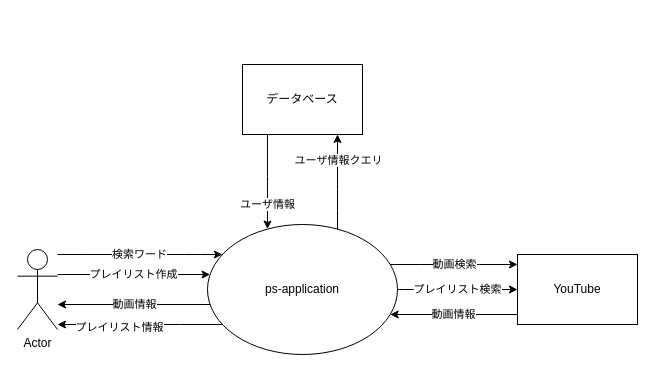
The draw.io diagram docs/context-diagram.drawio in toki0902/psApp_Nextjs, before the edit. Source tidied: cells renumbered, new cells numbered last; positions are measured from the earlier drawing's top-left corner, leaving out a move shared by most shapes. Both pictures are drawn from the tidied source at 100%, with x=0, y=0 at pixel (17, 64).
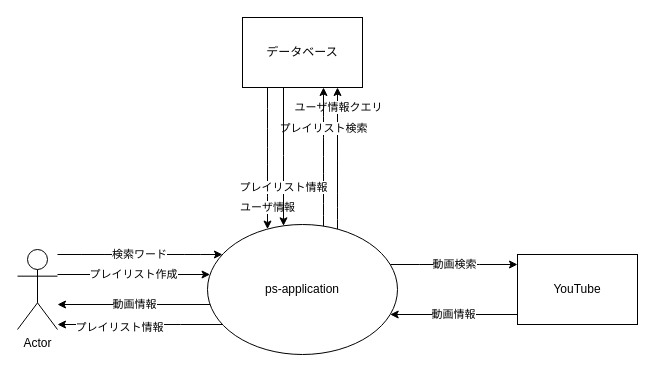
After the change.

Commit message (it also covers changes not shown here):
💬 er図を仮で完成させました。

Unchanged cells that the change refers to:
```xml
<mxCell id="2" style="edgeStyle=orthogonalEdgeStyle;curved=1;jumpStyle=arc;html=1;startArrow=none;startFill=0;endArrow=classic;endFill=1;" parent="1" edge="1" source="9" target="11">
  <mxGeometry relative="1" as="geometry">
    <Array as="points">
      <mxPoint x="320" y="130" />
      <mxPoint x="320" y="130" />
    </Array>
  </mxGeometry>
</mxCell>
<mxCell id="9" value="ps-application" style="ellipse;whiteSpace=wrap;html=1;" parent="1" vertex="1">
  <mxGeometry x="190" y="160" width="190" height="130" as="geometry" />
</mxCell>
<mxCell id="13" value="YouTube" style="rounded=0;whiteSpace=wrap;html=1;" parent="1" vertex="1">
  <mxGeometry x="500" y="190" width="120" height="70" as="geometry" />
</mxCell>
```

What changed in the source:
```diff
@@
     <mxCell id="3" value="ユーザ情報クエリ" style="edgeLabel;html=1;align=center;verticalAlign=middle;" parent="2" vertex="1">
       <mxGeometry relative="1" as="geometry">
-        <mxPoint y="-22" as="offset" />
+        <mxPoint y="-51" as="offset" />
       </mxGeometry>
     </mxCell>
@@
-    <mxCell id="5" value="プレイリスト検索" style="edgeStyle=orthogonalEdgeStyle;curved=1;jumpStyle=arc;html=1;startArrow=none;startFill=0;endArrow=classic;endFill=1;" parent="1" edge="1" source="9" target="13">
-      <mxGeometry relative="1" as="geometry" />
+    <mxCell id="5" value="プレイリスト検索" style="edgeStyle=orthogonalEdgeStyle;curved=1;jumpStyle=arc;html=1;startArrow=none;startFill=0;endArrow=classic;endFill=1;" parent="1" edge="1" source="9" target="11">
+      <mxGeometry x="0.42" relative="1" as="geometry">
+        <Array as="points">
+          <mxPoint x="306" y="123" />
+          <mxPoint x="306" y="123" />
+        </Array>
+      </mxGeometry>
     </mxCell>
@@
     <mxCell id="10" value="ユーザ情報" style="edgeStyle=orthogonalEdgeStyle;curved=1;jumpStyle=arc;html=1;startArrow=none;startFill=0;endArrow=classic;endFill=1;" parent="1" edge="1" source="11" target="9">
-      <mxGeometry x="0.47" relative="1" as="geometry">
+      <mxGeometry x="0.7" relative="1" as="geometry">
         <Array as="points">
           <mxPoint x="250" y="110" />
           <mxPoint x="250" y="110" />
         </Array>
       </mxGeometry>
     </mxCell>
     <mxCell id="11" value="データベース" style="rounded=0;whiteSpace=wrap;html=1;" parent="1" vertex="1">
-      <mxGeometry x="225" width="120" height="70" as="geometry" />
+      <mxGeometry x="225" y="-47" width="120" height="70" as="geometry" />
     </mxCell>
@@
+    <mxCell id="17" value="プレイリスト情報" style="edgeStyle=orthogonalEdgeStyle;curved=1;jumpStyle=arc;html=1;startArrow=none;startFill=0;endArrow=classic;endFill=1;" parent="1" edge="1" source="11" target="9">
+      <mxGeometry x="0.45" relative="1" as="geometry">
+        <Array as="points">
+          <mxPoint x="266" y="93" />
+          <mxPoint x="266" y="93" />
+        </Array>
+      </mxGeometry>
+    </mxCell>
```
